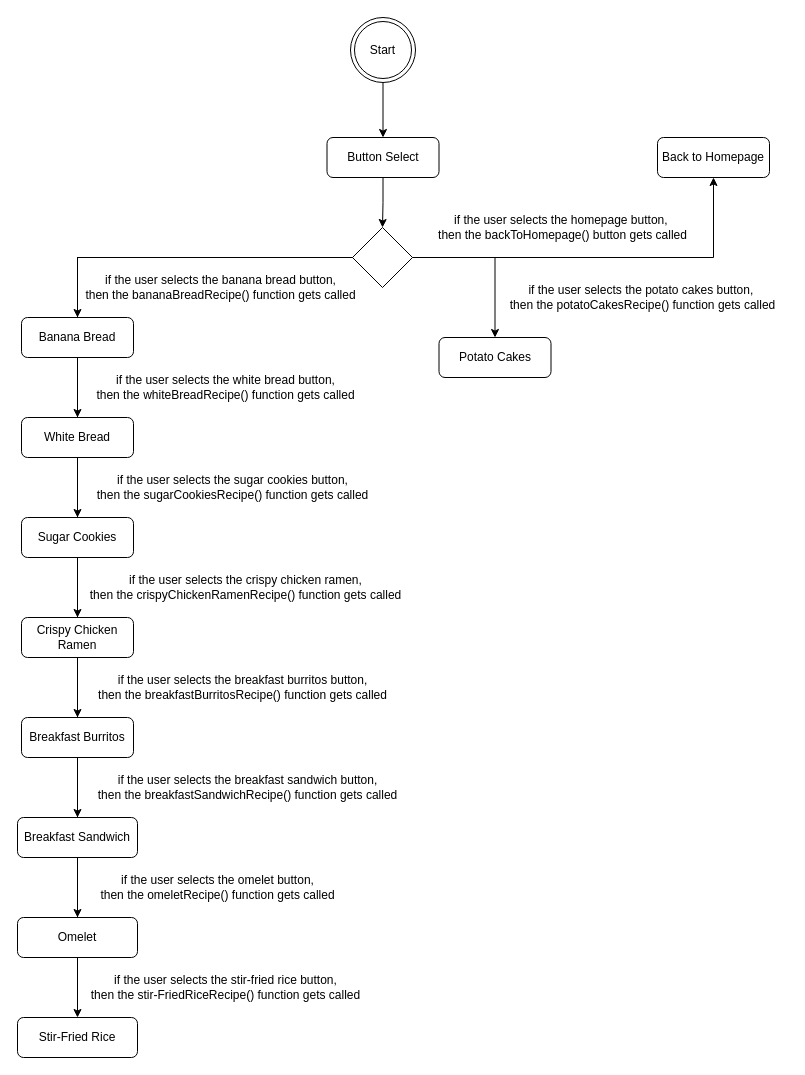
Above: page "recipes" (2 of 18) of state machine diagrams/State-Machine Diagrams.drawio in RushoBinnabi/RushoBinnabi.github.io (draw.io), before the change. Source tidied: cells renumbered, new cells numbered last; positions are measured from the earlier drawing's top-left corner, leaving out a move shared by most shapes. Both pictures are drawn from the tidied source at 100%, with x=0, y=0 at pixel (17, 17).
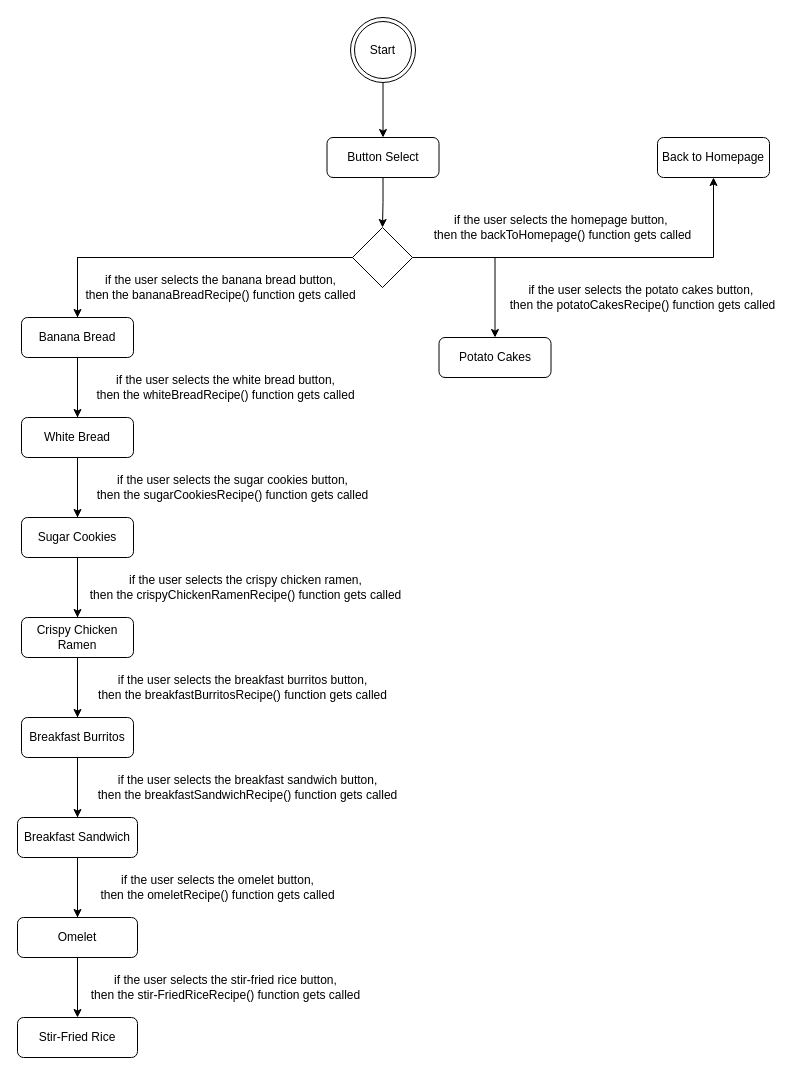
After the change.

The edit, as a diff of the source:
```diff
@@
-    <mxCell id="10" value="if the user selects the homepage button,&amp;nbsp;&lt;br&gt;then the backToHomepage() button gets called" style="text;html=1;align=center;verticalAlign=middle;strokeColor=none;fillColor=none;" parent="1" vertex="1">
-      <mxGeometry x="410" y="190" width="270" height="40" as="geometry" />
+    <mxCell id="10" value="if the user selects the homepage button,&amp;nbsp;&lt;br&gt;then the backToHomepage() function gets called" style="text;html=1;align=center;verticalAlign=middle;strokeColor=none;fillColor=none;" parent="1" vertex="1">
+      <mxGeometry x="405" y="190" width="280" height="40" as="geometry" />
     </mxCell>
```
